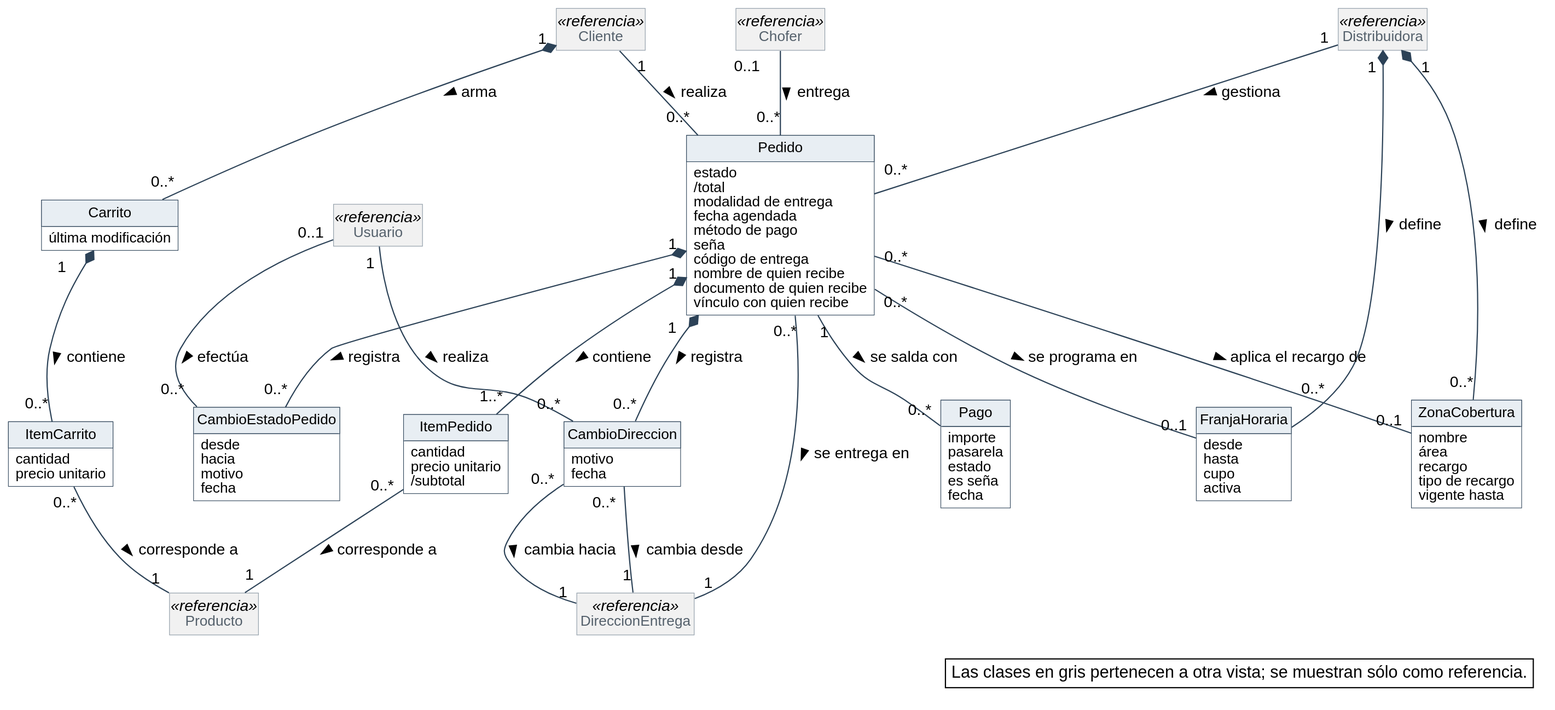
This is diagramas/modelo-conceptual/MC_Pedidos.svg from Nahuelito-Dev/splg-docs, a PlantUML export, as it was before one commit.
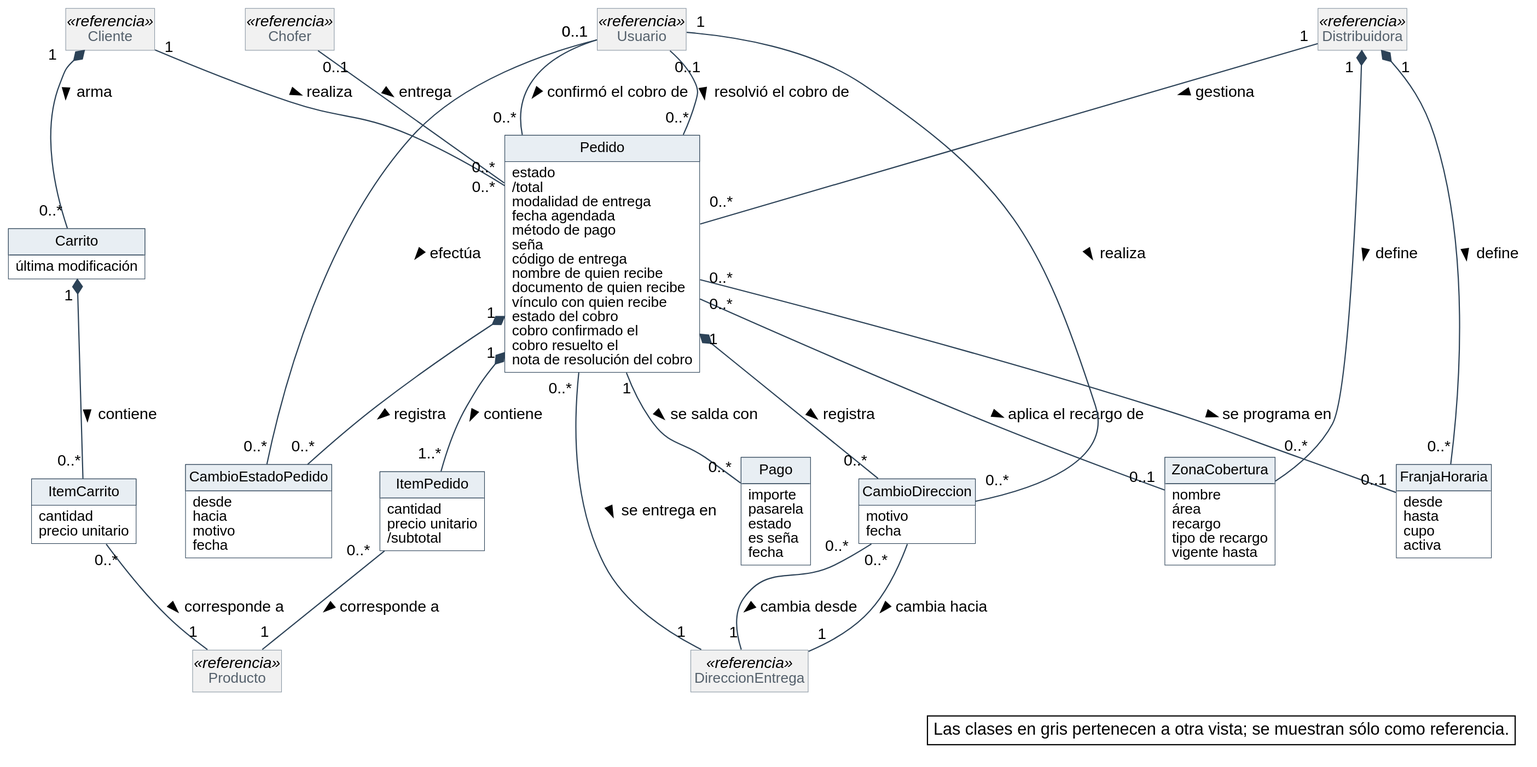
The same diagram one commit later.

Diff of the diagram source:
```diff
@@ -46,6 +46,10 @@
   nombre de quien recibe
   documento de quien recibe
   vínculo con quien recibe
+  estado del cobro
+  cobro confirmado el
+  cobro resuelto el
+  nota de resolución del cobro
 }
 class ItemPedido {
   cantidad
@@ -111,6 +115,8 @@
 Pedido "0..*" -- "0..1" ZonaCobertura : aplica el recargo de >
 Pedido "1" *-- "0..*" CambioEstadoPedido : registra >
 Usuario "0..1" -- "0..*" CambioEstadoPedido : efectúa >
+Usuario "0..1" -- "0..*" Pedido : confirmó el cobro de >
+Usuario "0..1" -- "0..*" Pedido : resolvió el cobro de >
 Pedido "1" *-- "0..*" CambioDireccion : registra >
 CambioDireccion "0..*" -- "1" DireccionEntrega : cambia desde >
 CambioDireccion "0..*" -- "1" DireccionEntrega : cambia hacia >
```
